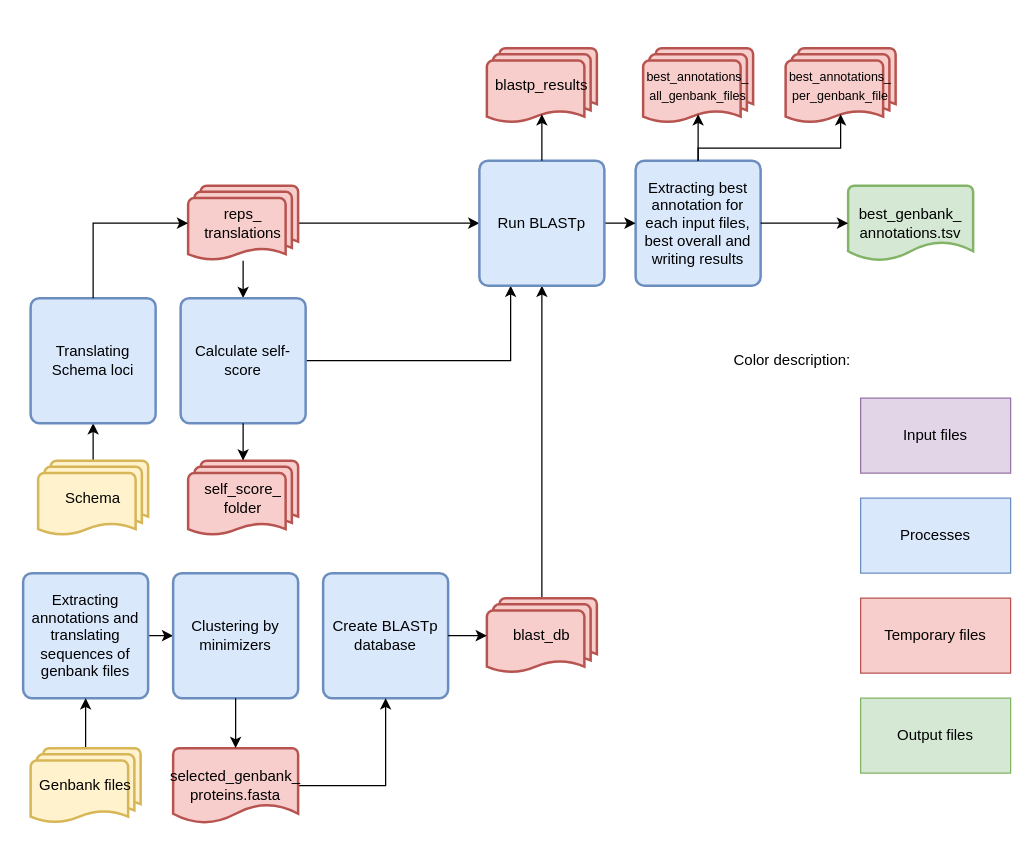
Earlier version of the draw.io diagram SchemaRefinery/docs/SchemaRefinery/Modules/source/old/genbank_annotation.drawio (B-UMMI/Schema_Refinery). Source tidied: cells renumbered, new cells numbered last; positions are measured from the earlier drawing's top-left corner, leaving out a move shared by most shapes. Both pictures are drawn from the tidied source at 125%, with x=0, y=0 at pixel (22, 48).
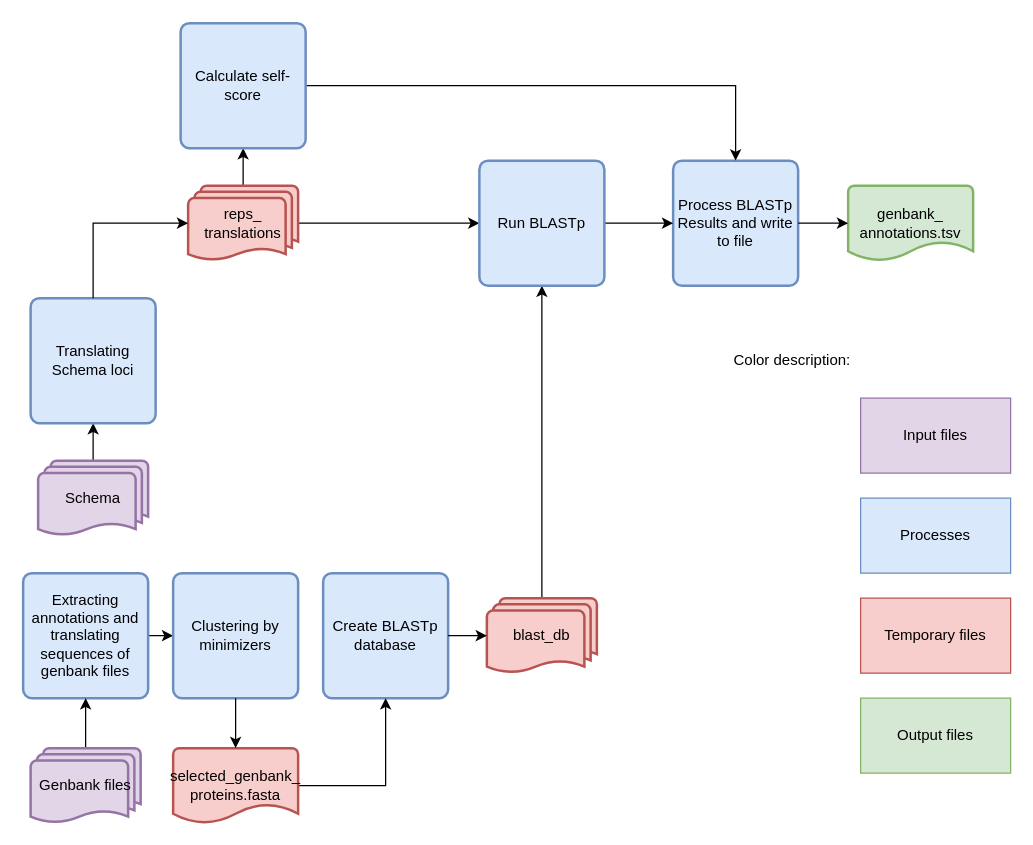
After the change.

Unchanged cells that the change refers to:
```xml
<mxCell id="13" value="reps_&lt;div&gt;translations&lt;/div&gt;" style="strokeWidth=2;html=1;shape=mxgraph.flowchart.multi-document;whiteSpace=wrap;fillColor=#f8cecc;strokeColor=#b85450;" parent="1" vertex="1">
  <mxGeometry x="132" y="110" width="88" height="60" as="geometry" />
</mxCell>
<mxCell id="27" value="Run BLASTp" style="rounded=1;whiteSpace=wrap;html=1;absoluteArcSize=1;arcSize=14;strokeWidth=2;fillColor=#dae8fc;strokeColor=#6c8ebf;" parent="1" vertex="1">
  <mxGeometry x="365" y="90" width="100" height="100" as="geometry" />
</mxCell>
```

Diff of the diagram source:
```diff
@@
-    <mxCell id="5" value="Genbank files" style="strokeWidth=2;html=1;shape=mxgraph.flowchart.multi-document;whiteSpace=wrap;fillColor=#fff2cc;strokeColor=#d6b656;" parent="1" vertex="1">
+    <mxCell id="5" value="Genbank files" style="strokeWidth=2;html=1;shape=mxgraph.flowchart.multi-document;whiteSpace=wrap;fillColor=#E1D5E7;strokeColor=#9673A6;" parent="1" vertex="1">
       <mxGeometry x="6" y="560" width="88" height="60" as="geometry" />
     </mxCell>
@@
-    <mxCell id="9" value="Schema" style="strokeWidth=2;html=1;shape=mxgraph.flowchart.multi-document;whiteSpace=wrap;fillColor=#fff2cc;strokeColor=#d6b656;" parent="1" vertex="1">
+    <mxCell id="9" value="Schema" style="strokeWidth=2;html=1;shape=mxgraph.flowchart.multi-document;whiteSpace=wrap;fillColor=#E1D5E7;strokeColor=#9673A6;" parent="1" vertex="1">
       <mxGeometry x="12" y="330" width="88" height="60" as="geometry" />
     </mxCell>
@@
+    <mxCell id="12" style="edgeStyle=orthogonalEdgeStyle;rounded=0;jettySize=auto;html=1;entryX=0;entryY=0.5;entryDx=0;entryDy=0;" parent="1" edge="1" source="13" target="27">
+      <mxGeometry relative="1" as="geometry" />
+    </mxCell>
-    <mxCell id="11" style="edgeStyle=orthogonalEdgeStyle;rounded=0;jettySize=auto;html=1;entryX=0.5;entryY=0;entryDx=0;entryDy=0;" parent="1" edge="1" source="13" target="24">
+    <mxCell id="11" style="edgeStyle=orthogonalEdgeStyle;rounded=0;jettySize=auto;html=1;" parent="1" edge="1" source="13" target="24">
       <mxGeometry relative="1" as="geometry" />
     </mxCell>
-    <mxCell id="12" style="edgeStyle=orthogonalEdgeStyle;rounded=0;jettySize=auto;html=1;entryX=0;entryY=0.5;entryDx=0;entryDy=0;" parent="1" edge="1" source="13" target="27">
-      <mxGeometry relative="1" as="geometry" />
-    </mxCell>
@@
-    <mxCell id="19" value="Extracting best annotation for each input files, best overall and writing results" style="rounded=1;whiteSpace=wrap;html=1;absoluteArcSize=1;arcSize=14;strokeWidth=2;fillColor=#dae8fc;strokeColor=#6c8ebf;" parent="1" vertex="1">
-      <mxGeometry x="490" y="90" width="100" height="100" as="geometry" />
+    <mxCell id="19" value="Process BLASTp Results and write to file" style="rounded=1;whiteSpace=wrap;html=1;absoluteArcSize=1;arcSize=14;strokeWidth=2;fillColor=#dae8fc;strokeColor=#6c8ebf;" parent="1" vertex="1">
+      <mxGeometry x="520" y="90" width="100" height="100" as="geometry" />
     </mxCell>
-    <mxCell id="20" value="&lt;font style=&quot;font-size: 10px;&quot;&gt;best_annotations_&lt;/font&gt;&lt;div&gt;&lt;font style=&quot;font-size: 10px;&quot;&gt;all_genbank_files&lt;/font&gt;&lt;/div&gt;" style="strokeWidth=2;html=1;shape=mxgraph.flowchart.multi-document;whiteSpace=wrap;fillColor=#f8cecc;strokeColor=#b85450;" parent="1" vertex="1">
-      <mxGeometry x="496" width="88" height="60" as="geometry" />
-    </mxCell>
-    <mxCell id="21" value="&lt;font style=&quot;font-size: 10px;&quot;&gt;best_annotations_&lt;/font&gt;&lt;div&gt;&lt;font style=&quot;font-size: 10px;&quot;&gt;per_genbank_file&lt;/font&gt;&lt;/div&gt;" style="strokeWidth=2;html=1;shape=mxgraph.flowchart.multi-document;whiteSpace=wrap;fillColor=#f8cecc;strokeColor=#b85450;" parent="1" vertex="1">
-      <mxGeometry x="610" width="88" height="60" as="geometry" />
-    </mxCell>
-    <mxCell id="22" value="best_genbank_&lt;div&gt;annotations.tsv&lt;/div&gt;" style="strokeWidth=2;html=1;shape=mxgraph.flowchart.document2;whiteSpace=wrap;size=0.25;fillColor=#d5e8d4;strokeColor=#82b366;" parent="1" vertex="1">
+    <mxCell id="22" value="genbank_&lt;div&gt;annotations.tsv&lt;/div&gt;" style="strokeWidth=2;html=1;shape=mxgraph.flowchart.document2;whiteSpace=wrap;size=0.25;fillColor=#d5e8d4;strokeColor=#82b366;" parent="1" vertex="1">
       <mxGeometry x="660" y="110" width="100" height="60" as="geometry" />
     </mxCell>
-    <mxCell id="23" style="edgeStyle=orthogonalEdgeStyle;rounded=0;jettySize=auto;html=1;entryX=0.25;entryY=1;entryDx=0;entryDy=0;" parent="1" edge="1" source="24" target="27">
-      <mxGeometry relative="1" as="geometry" />
-    </mxCell>
+    <mxCell id="41" style="edgeStyle=orthogonalEdgeStyle;rounded=0;jettySize=auto;html=1;" parent="1" edge="1" source="24" target="19">
+      <mxGeometry relative="1" as="geometry" />
+    </mxCell>
     <mxCell id="24" value="Calculate self-score" style="rounded=1;whiteSpace=wrap;html=1;absoluteArcSize=1;arcSize=14;strokeWidth=2;fillColor=#dae8fc;strokeColor=#6c8ebf;" parent="1" vertex="1">
-      <mxGeometry x="126" y="200" width="100" height="100" as="geometry" />
+      <mxGeometry x="126" y="-20" width="100" height="100" as="geometry" />
     </mxCell>
-    <mxCell id="25" value="self_score_&lt;div&gt;folder&lt;/div&gt;" style="strokeWidth=2;html=1;shape=mxgraph.flowchart.multi-document;whiteSpace=wrap;fillColor=#f8cecc;strokeColor=#b85450;" parent="1" vertex="1">
-      <mxGeometry x="132" y="330" width="88" height="60" as="geometry" />
-    </mxCell>
@@
-    <mxCell id="28" value="blastp_results" style="strokeWidth=2;html=1;shape=mxgraph.flowchart.multi-document;whiteSpace=wrap;fillColor=#f8cecc;strokeColor=#b85450;" parent="1" vertex="1">
-      <mxGeometry x="371" width="88" height="60" as="geometry" />
-    </mxCell>
@@
-    <mxCell id="30" style="edgeStyle=orthogonalEdgeStyle;rounded=0;jettySize=auto;html=1;entryX=0.5;entryY=0;entryDx=0;entryDy=0;entryPerimeter=0;" parent="1" edge="1" source="24" target="25">
-      <mxGeometry relative="1" as="geometry" />
-    </mxCell>
-    <mxCell id="31" style="edgeStyle=orthogonalEdgeStyle;rounded=0;jettySize=auto;html=1;entryX=0.5;entryY=0.88;entryDx=0;entryDy=0;entryPerimeter=0;" parent="1" edge="1" source="27" target="28">
-      <mxGeometry relative="1" as="geometry" />
-    </mxCell>
@@
-    <mxCell id="33" style="edgeStyle=orthogonalEdgeStyle;rounded=0;jettySize=auto;html=1;entryX=0.5;entryY=0.88;entryDx=0;entryDy=0;entryPerimeter=0;" parent="1" edge="1" source="19" target="20">
-      <mxGeometry relative="1" as="geometry" />
-    </mxCell>
-    <mxCell id="34" style="edgeStyle=orthogonalEdgeStyle;rounded=0;jettySize=auto;html=1;entryX=0.5;entryY=0.88;entryDx=0;entryDy=0;entryPerimeter=0;" parent="1" edge="1" source="19" target="21">
-      <mxGeometry relative="1" as="geometry">
-        <Array as="points">
-          <mxPoint x="540" y="80" />
-          <mxPoint x="654" y="80" />
-        </Array>
-      </mxGeometry>
-    </mxCell>
```
